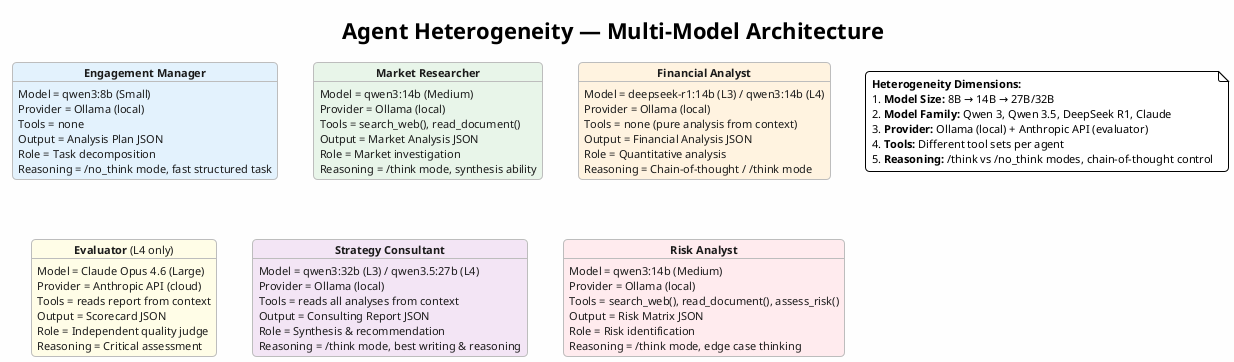
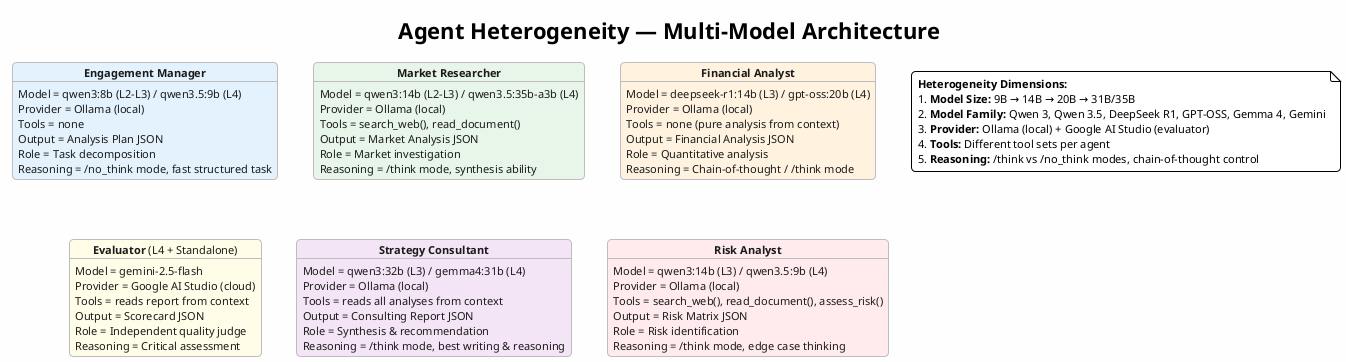
@startuml heterogeneity_matrix
!theme plain
skinparam backgroundColor #FEFEFE
skinparam defaultFontName "Segoe UI"
skinparam defaultFontSize 11
skinparam shadowing false
skinparam roundCorner 8

title **Agent Heterogeneity — Multi-Model Architecture**

skinparam object {
  BackgroundColor #FAFAFA
  BorderColor #BDBDBD
  FontColor #1A1A1A
}

object "**Engagement Manager**" as em #E3F2FD {
-   Model = qwen3:8b (Small)
+   Model = qwen3:8b (L2-L3) / qwen3.5:9b (L4)
  Provider = Ollama (local)
  Tools = none
  Output = Analysis Plan JSON
  Role = Task decomposition
  Reasoning = /no_think mode, fast structured task
}

object "**Market Researcher**" as mr #E8F5E9 {
-   Model = qwen3:14b (Medium)
+   Model = qwen3:14b (L2-L3) / qwen3.5:35b-a3b (L4)
  Provider = Ollama (local)
  Tools = search_web(), read_document()
  Output = Market Analysis JSON
  Role = Market investigation
  Reasoning = /think mode, synthesis ability
}

object "**Financial Analyst**" as fa #FFF3E0 {
-   Model = deepseek-r1:14b (L3) / qwen3:14b (L4)
+   Model = deepseek-r1:14b (L3) / gpt-oss:20b (L4)
  Provider = Ollama (local)
  Tools = none (pure analysis from context)
  Output = Financial Analysis JSON
  Role = Quantitative analysis
  Reasoning = Chain-of-thought / /think mode
}

object "**Risk Analyst**" as ra #FFEBEE {
-   Model = qwen3:14b (Medium)
+   Model = qwen3:14b (L3) / qwen3.5:9b (L4)
  Provider = Ollama (local)
  Tools = search_web(), read_document(), assess_risk()
  Output = Risk Matrix JSON
  Role = Risk identification
  Reasoning = /think mode, edge case thinking
}

object "**Strategy Consultant**" as sc #F3E5F5 {
-   Model = qwen3:32b (L3) / qwen3.5:27b (L4)
+   Model = qwen3:32b (L3) / gemma4:31b (L4)
  Provider = Ollama (local)
  Tools = reads all analyses from context
  Output = Consulting Report JSON
  Role = Synthesis & recommendation
  Reasoning = /think mode, best writing & reasoning
}

- object "**Evaluator** (L4 only)" as ev #FFFDE7 {
-   Model = Claude Opus 4.6 (Large)
-   Provider = Anthropic API (cloud)
+ object "**Evaluator** (L4 + Standalone)" as ev #FFFDE7 {
+   Model = gemini-2.5-flash
+   Provider = Google AI Studio (cloud)
  Tools = reads report from context
  Output = Scorecard JSON
  Role = Independent quality judge
  Reasoning = Critical assessment
}

em -[hidden]right- mr
mr -[hidden]right- fa
fa -[hidden]down- ra
ra -[hidden]left- sc
sc -[hidden]left- ev

note as N1
  **Heterogeneity Dimensions:**
-   1. **Model Size:** 8B → 14B → 27B/32B
-   2. **Model Family:** Qwen 3, Qwen 3.5, DeepSeek R1, Claude
-   3. **Provider:** Ollama (local) + Anthropic API (evaluator)
+   1. **Model Size:** 9B → 14B → 20B → 31B/35B
+   2. **Model Family:** Qwen 3, Qwen 3.5, DeepSeek R1, GPT-OSS, Gemma 4, Gemini
+   3. **Provider:** Ollama (local) + Google AI Studio (evaluator)
  4. **Tools:** Different tool sets per agent
  5. **Reasoning:** /think vs /no_think modes, chain-of-thought control
end note

@enduml
